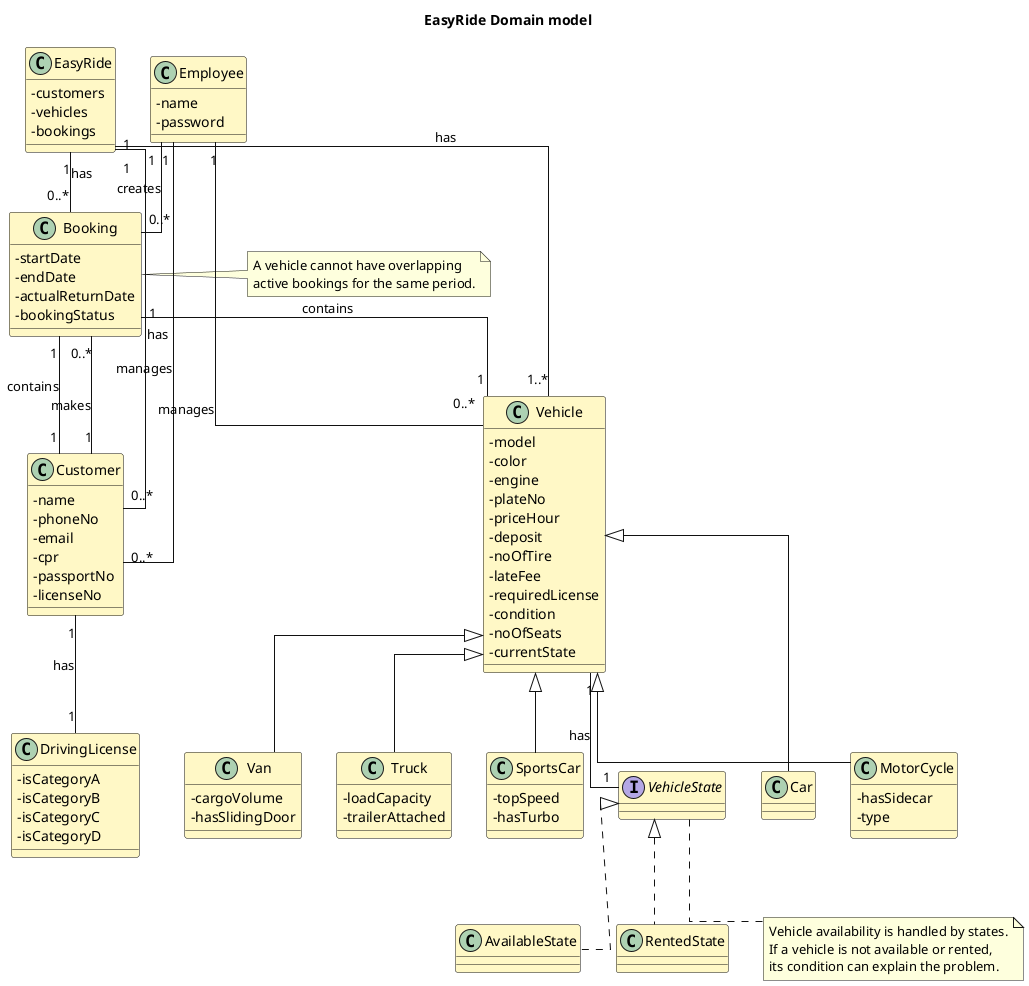
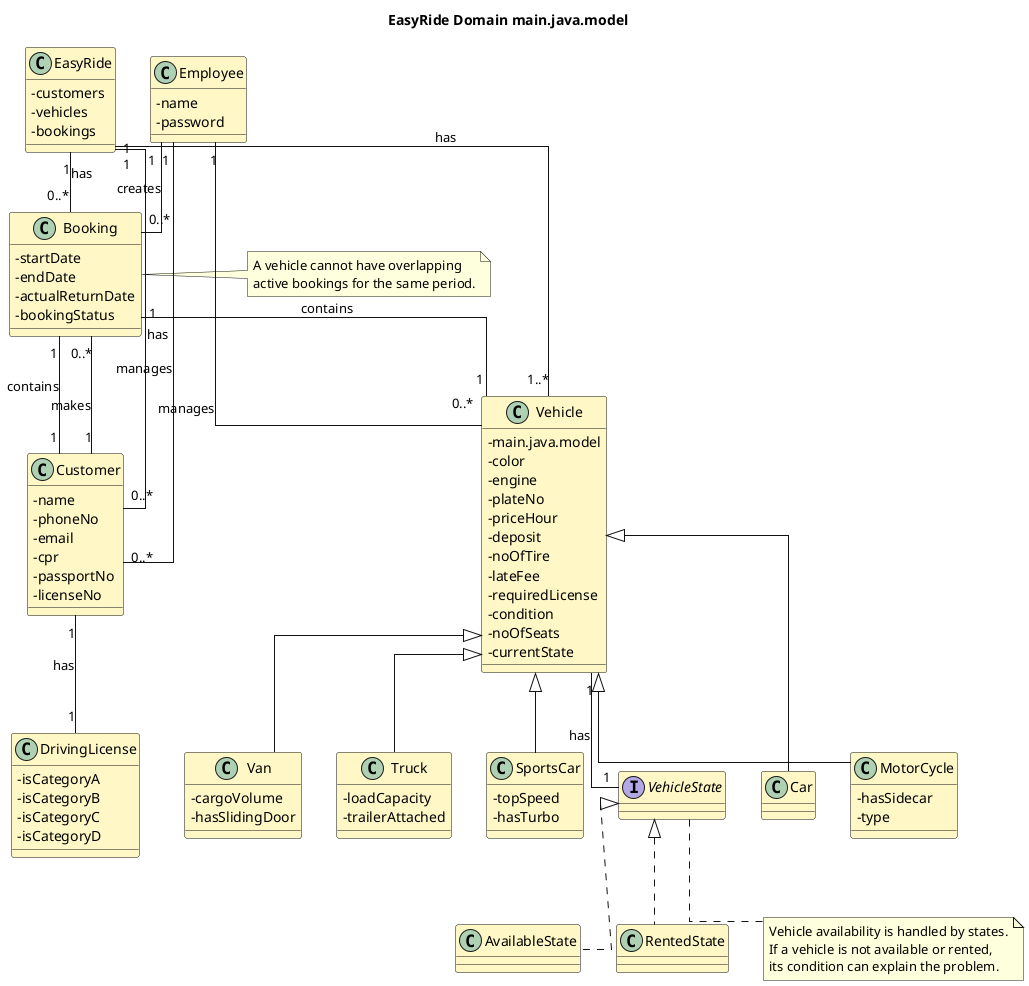
@startuml EasyRide_Domain_Model

- title EasyRide Domain model
+ title EasyRide Domain main.java.model

skinparam classAttributeIconSize 0
skinparam shadowing false
skinparam linetype ortho
skinparam class {
  BackgroundColor #FFF8C6
  BorderColor #111111
  ArrowColor #111111
}

class EasyRide {
  - customers
  - vehicles
  - bookings
}

class Employee {
  - name
  - password
}

class Customer {
  - name
  - phoneNo
  - email
  - cpr
  - passportNo
  - licenseNo
}

class DrivingLicense {
  - isCategoryA
  - isCategoryB
  - isCategoryC
  - isCategoryD
}

class Booking {
  - startDate
  - endDate
  - actualReturnDate
  - bookingStatus
}

class Vehicle {
-   - model
+   - main.java.model
  - color
  - engine
  - plateNo
  - priceHour
  - deposit
  - noOfTire
  - lateFee
  - requiredLicense
  - condition
  - noOfSeats
  - currentState
}

interface VehicleState

class AvailableState
class RentedState

class Car
class MotorCycle {
  - hasSidecar
  - type
}

class Van {
  - cargoVolume
  - hasSlidingDoor
}

class Truck {
  - loadCapacity
  - trailerAttached
}

class SportsCar {
  - topSpeed
  - hasTurbo
}

EasyRide "1" -- "0..*" Customer : has
EasyRide "1" -- "1..*" Vehicle : has
EasyRide "1" -- "0..*" Booking : has

Employee "1" -- "0..*" Customer : manages
Employee "1" -- "0..*" Vehicle : manages
Employee "1" -- "0..*" Booking : creates

Customer "1" -- "0..*" Booking : makes
Customer "1" -- "1" DrivingLicense : has

Booking "1" -- "1" Customer : contains
Booking "1" -- "1" Vehicle : contains

Vehicle "1" -- "1" VehicleState : has

VehicleState <|.. AvailableState
VehicleState <|.. RentedState

Vehicle <|-- Car
Vehicle <|-- MotorCycle
Vehicle <|-- Van
Vehicle <|-- Truck
Vehicle <|-- SportsCar

note right of Booking
  A vehicle cannot have overlapping
  active bookings for the same period.
end note

note bottom of VehicleState
  Vehicle availability is handled by states.
  If a vehicle is not available or rented,
  its condition can explain the problem.
end note

@enduml
